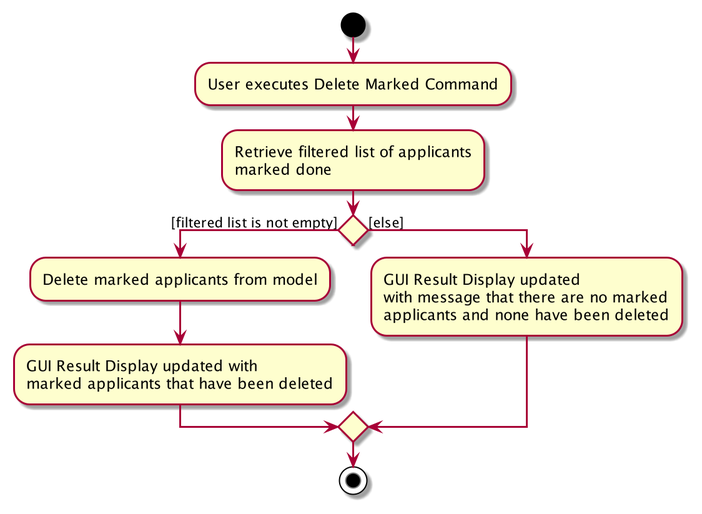
The PlantUML diagram docs/images/DeleteMarkedCommandActivityDiagram.png in nus-cs2103-AY2122S1/tp, before a commit. Source of this version:
```plantuml
@startuml
start
:User executes Delete Marked Command;


:Retrieve filtered list of applicants
marked done ;

if () then ([filtered list is not empty])
:Delete marked applicants from model;
    :GUI Result Display updated with
    marked applicants that have been deleted;
else ([else])
    :GUI Result Display updated
    with message that there are no marked
    applicants and none have been deleted;
endif

stop
@enduml
```
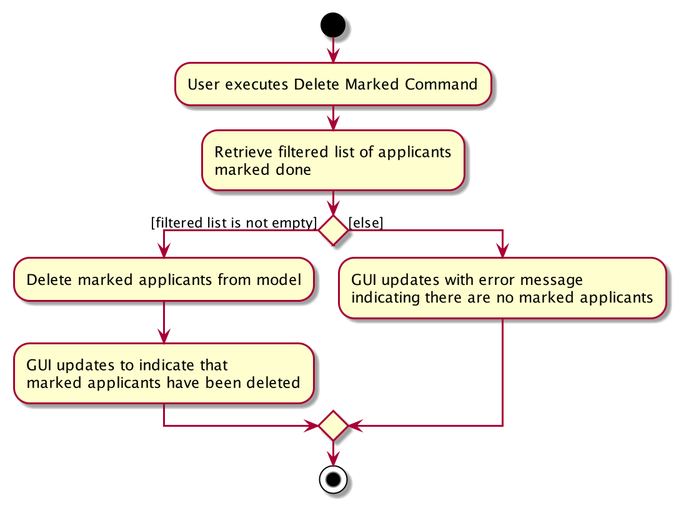
Later version of the same file.

Commit message:
Update delete_marked and filter_interview activity diagrams

Change to the diagram source:
```diff
@@ -8,12 +8,11 @@
 
 if () then ([filtered list is not empty])
 :Delete marked applicants from model;
-    :GUI Result Display updated with
-    marked applicants that have been deleted;
+    :GUI updates to indicate that
+    marked applicants have been deleted;
 else ([else])
-    :GUI Result Display updated
-    with message that there are no marked
-    applicants and none have been deleted;
+    :GUI updates with error message
+    indicating there are no marked applicants;
 endif
 
 stop
```
